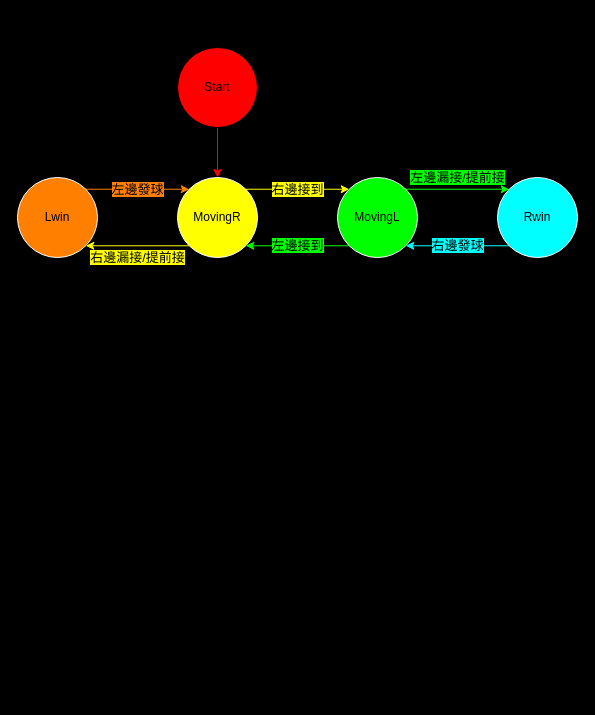
Above: 6/img/AOV.drawio in gordonpow/lab_hardware_test (draw.io), before the change. Source tidied: cells renumbered, new cells numbered last; positions are measured from the earlier drawing's top-left corner, leaving out a move shared by most shapes. Both pictures are drawn from the tidied source at 100%, with x=0, y=0 at pixel (17, 47).
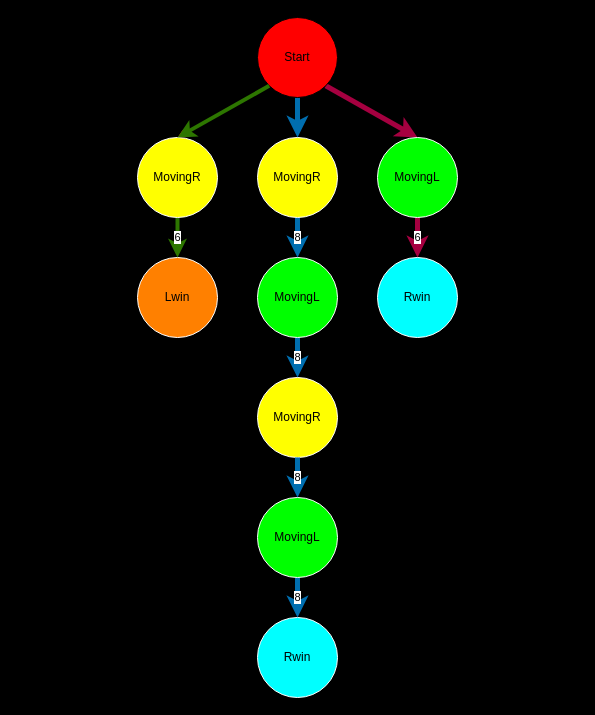
After the change.

What changed in the source:
```diff
@@
-    <mxCell id="2" style="edgeStyle=none;html=1;exitX=0.5;exitY=1;exitDx=0;exitDy=0;entryX=0.5;entryY=0;entryDx=0;entryDy=0;strokeColor=#FF0000;fontSize=13;fontColor=#000000;" parent="1" edge="1" source="3" target="6">
-      <mxGeometry relative="1" as="geometry" />
-    </mxCell>
+    <mxCell id="12" style="edgeStyle=none;html=1;exitX=0.5;exitY=1;exitDx=0;exitDy=0;entryX=0.5;entryY=0;entryDx=0;entryDy=0;strokeColor=#006EAF;fontSize=13;fontColor=#000000;fillColor=#1ba1e2;strokeWidth=5;" parent="1" edge="1" source="3" target="17">
+      <mxGeometry relative="1" as="geometry" />
+    </mxCell>
+    <mxCell id="14" style="edgeStyle=none;html=1;exitX=0;exitY=1;exitDx=0;exitDy=0;entryX=0.5;entryY=0;entryDx=0;entryDy=0;strokeColor=#FF0000;" parent="1" edge="1" source="3" target="21">
+      <mxGeometry relative="1" as="geometry" />
+    </mxCell>
+    <mxCell id="15" style="edgeStyle=none;html=1;exitX=1;exitY=1;exitDx=0;exitDy=0;entryX=0.5;entryY=0;entryDx=0;entryDy=0;strokeColor=#A50040;fillColor=#d80073;strokeWidth=5;" parent="1" edge="1" source="3" target="28">
+      <mxGeometry relative="1" as="geometry" />
+    </mxCell>
     <mxCell id="3" value="Start" style="ellipse;whiteSpace=wrap;html=1;fillColor=#FF0000;fontColor=#000000;" parent="1" vertex="1">
-      <mxGeometry x="160" width="80" height="80" as="geometry" />
+      <mxGeometry x="240" y="-30" width="80" height="80" as="geometry" />
     </mxCell>
-    <mxCell id="4" value="&lt;font style=&quot;font-size: 13px;&quot;&gt;右邊接到&lt;/font&gt;" style="edgeStyle=none;html=1;exitX=1;exitY=0;exitDx=0;exitDy=0;entryX=0;entryY=0;entryDx=0;entryDy=0;strokeColor=#FFFF00;fontSize=13;fontColor=#000000;labelBackgroundColor=#FFFF00;" parent="1" edge="1" source="6" target="9">
-      <mxGeometry relative="1" as="geometry" />
-    </mxCell>
-    <mxCell id="5" value="右邊漏接/提前接" style="edgeStyle=none;html=1;exitX=0;exitY=1;exitDx=0;exitDy=0;entryX=1;entryY=1;entryDx=0;entryDy=0;strokeColor=#FFFF00;fontSize=13;fontColor=#000000;labelBackgroundColor=#FFFF00;" parent="1" edge="1" source="6" target="13">
-      <mxGeometry y="12" relative="1" as="geometry" />
-    </mxCell>
-    <mxCell id="6" value="MovingR" style="ellipse;whiteSpace=wrap;html=1;fontColor=#000000;strokeColor=#FFFFFF;fillColor=#FFFF00;" parent="1" vertex="1">
-      <mxGeometry x="160" y="130" width="80" height="80" as="geometry" />
-    </mxCell>
-    <mxCell id="7" value="左邊漏接/提前接" style="edgeStyle=none;html=1;exitX=1;exitY=0;exitDx=0;exitDy=0;entryX=0;entryY=0;entryDx=0;entryDy=0;strokeColor=#00FF00;fontSize=13;fontColor=#000000;labelBackgroundColor=#00FF00;" parent="1" edge="1" source="9" target="11">
-      <mxGeometry y="12" relative="1" as="geometry" />
-    </mxCell>
-    <mxCell id="8" value="&lt;font style=&quot;font-size: 13px;&quot;&gt;左邊接到&lt;/font&gt;" style="edgeStyle=none;html=1;exitX=0;exitY=1;exitDx=0;exitDy=0;entryX=1;entryY=1;entryDx=0;entryDy=0;strokeColor=#00FF00;fontSize=13;fontColor=#000000;labelBackgroundColor=#00FF00;" parent="1" edge="1" source="9" target="6">
-      <mxGeometry relative="1" as="geometry" />
-    </mxCell>
-    <mxCell id="9" value="MovingL&lt;div&gt;&lt;/div&gt;" style="ellipse;whiteSpace=wrap;html=1;fontColor=#000000;strokeColor=#FFFFFF;fillColor=#00FF00;" parent="1" vertex="1">
-      <mxGeometry x="320" y="130" width="80" height="80" as="geometry" />
-    </mxCell>
-    <mxCell id="10" value="&lt;font style=&quot;font-size: 13px;&quot;&gt;右邊發球&lt;/font&gt;" style="edgeStyle=none;html=1;exitX=0;exitY=1;exitDx=0;exitDy=0;entryX=1;entryY=1;entryDx=0;entryDy=0;strokeColor=#00FFFF;fontSize=13;fontColor=#000000;labelBackgroundColor=#00FFFF;" parent="1" edge="1" source="11" target="9">
-      <mxGeometry relative="1" as="geometry" />
-    </mxCell>
-    <mxCell id="11" value="Rwin" style="ellipse;whiteSpace=wrap;html=1;fontColor=#000000;strokeColor=#FFFFFF;fillColor=#00FFFF;" parent="1" vertex="1">
-      <mxGeometry x="480" y="130" width="80" height="80" as="geometry" />
-    </mxCell>
-    <mxCell id="12" value="左邊發球" style="edgeStyle=none;html=1;exitX=1;exitY=0;exitDx=0;exitDy=0;entryX=0;entryY=0;entryDx=0;entryDy=0;strokeColor=#FF8000;fontSize=13;labelBackgroundColor=#FF8000;fontColor=#000000;" parent="1" edge="1" source="13" target="6">
-      <mxGeometry relative="1" as="geometry" />
-    </mxCell>
+    <mxCell id="16" value="8" style="edgeStyle=none;html=1;exitX=0.5;exitY=1;exitDx=0;exitDy=0;entryX=0.5;entryY=0;entryDx=0;entryDy=0;fillColor=#1ba1e2;strokeColor=#006EAF;strokeWidth=5;" parent="1" edge="1" source="17" target="19">
+      <mxGeometry relative="1" as="geometry" />
+    </mxCell>
+    <mxCell id="17" value="MovingR" style="ellipse;whiteSpace=wrap;html=1;fontColor=#000000;strokeColor=#FFFFFF;fillColor=#FFFF00;" parent="1" vertex="1">
+      <mxGeometry x="240" y="90" width="80" height="80" as="geometry" />
+    </mxCell>
+    <mxCell id="18" value="8" style="edgeStyle=none;html=1;exitX=0.5;exitY=1;exitDx=0;exitDy=0;entryX=0.5;entryY=0;entryDx=0;entryDy=0;fillColor=#1ba1e2;strokeColor=#006EAF;strokeWidth=5;" parent="1" edge="1" source="19">
+      <mxGeometry relative="1" as="geometry">
+        <mxPoint x="280" y="330" as="targetPoint" />
+      </mxGeometry>
+    </mxCell>
+    <mxCell id="19" value="MovingL&lt;div&gt;&lt;/div&gt;" style="ellipse;whiteSpace=wrap;html=1;fontColor=#000000;strokeColor=#FFFFFF;fillColor=#00FF00;" parent="1" vertex="1">
+      <mxGeometry x="240" y="210" width="80" height="80" as="geometry" />
+    </mxCell>
     <mxCell id="13" value="Lwin" style="ellipse;whiteSpace=wrap;html=1;fontColor=#000000;strokeColor=#FFFFFF;fillColor=#FF8000;" parent="1" vertex="1">
-      <mxGeometry y="130" width="80" height="80" as="geometry" />
+      <mxGeometry x="120" y="210" width="80" height="80" as="geometry" />
     </mxCell>
+    <mxCell id="20" value="6" style="edgeStyle=none;html=1;exitX=0.5;exitY=1;exitDx=0;exitDy=0;entryX=0.5;entryY=0;entryDx=0;entryDy=0;fillColor=#60a917;strokeColor=#2D7600;strokeWidth=4;" parent="1" edge="1" source="21" target="13">
+      <mxGeometry relative="1" as="geometry" />
+    </mxCell>
+    <mxCell id="21" value="MovingR" style="ellipse;whiteSpace=wrap;html=1;fontColor=#000000;strokeColor=#FFFFFF;fillColor=#FFFF00;" parent="1" vertex="1">
+      <mxGeometry x="120" y="90" width="80" height="80" as="geometry" />
+    </mxCell>
+    <mxCell id="22" value="Rwin" style="ellipse;whiteSpace=wrap;html=1;fontColor=#000000;strokeColor=#FFFFFF;fillColor=#00FFFF;" parent="1" vertex="1">
+      <mxGeometry x="240" y="570" width="80" height="80" as="geometry" />
+    </mxCell>
+    <mxCell id="23" value="MovingR" style="ellipse;whiteSpace=wrap;html=1;fontColor=#000000;strokeColor=#FFFFFF;fillColor=#FFFF00;" parent="1" vertex="1">
+      <mxGeometry x="240" y="330" width="80" height="80" as="geometry" />
+    </mxCell>
+    <mxCell id="24" value="8" style="edgeStyle=none;html=1;exitX=0.5;exitY=1;exitDx=0;exitDy=0;entryX=0.5;entryY=0;entryDx=0;entryDy=0;fillColor=#1ba1e2;strokeColor=#006EAF;strokeWidth=5;" parent="1" edge="1" target="26">
+      <mxGeometry relative="1" as="geometry">
+        <mxPoint x="280" y="410" as="sourcePoint" />
+      </mxGeometry>
+    </mxCell>
+    <mxCell id="25" value="8" style="edgeStyle=none;html=1;exitX=0.5;exitY=1;exitDx=0;exitDy=0;entryX=0.5;entryY=0;entryDx=0;entryDy=0;fillColor=#1ba1e2;strokeColor=#006EAF;strokeWidth=5;" parent="1" edge="1" source="26" target="22">
+      <mxGeometry relative="1" as="geometry" />
+    </mxCell>
+    <mxCell id="26" value="MovingL&lt;div&gt;&lt;/div&gt;" style="ellipse;whiteSpace=wrap;html=1;fontColor=#000000;strokeColor=#FFFFFF;fillColor=#00FF00;" parent="1" vertex="1">
+      <mxGeometry x="240" y="450" width="80" height="80" as="geometry" />
+    </mxCell>
+    <mxCell id="27" value="6" style="edgeStyle=none;html=1;exitX=0.5;exitY=1;exitDx=0;exitDy=0;entryX=0.5;entryY=0;entryDx=0;entryDy=0;strokeColor=#A50040;fillColor=#d80073;strokeWidth=5;" parent="1" edge="1" source="28" target="29">
+      <mxGeometry relative="1" as="geometry" />
+    </mxCell>
+    <mxCell id="28" value="MovingL&lt;div&gt;&lt;/div&gt;" style="ellipse;whiteSpace=wrap;html=1;fontColor=#000000;strokeColor=#FFFFFF;fillColor=#00FF00;" parent="1" vertex="1">
+      <mxGeometry x="360" y="90" width="80" height="80" as="geometry" />
+    </mxCell>
+    <mxCell id="29" value="Rwin" style="ellipse;whiteSpace=wrap;html=1;fontColor=#000000;strokeColor=#FFFFFF;fillColor=#00FFFF;" parent="1" vertex="1">
+      <mxGeometry x="360" y="210" width="80" height="80" as="geometry" />
+    </mxCell>
+    <mxCell id="30" style="edgeStyle=none;html=1;exitX=0;exitY=1;exitDx=0;exitDy=0;entryX=0.5;entryY=0;entryDx=0;entryDy=0;strokeColor=#2D7600;fillColor=#60a917;strokeWidth=4;" parent="1" edge="1">
+      <mxGeometry relative="1" as="geometry">
+        <mxPoint x="251.7" y="38.3" as="sourcePoint" />
+        <mxPoint x="160" y="90" as="targetPoint" />
+      </mxGeometry>
+    </mxCell>
```
